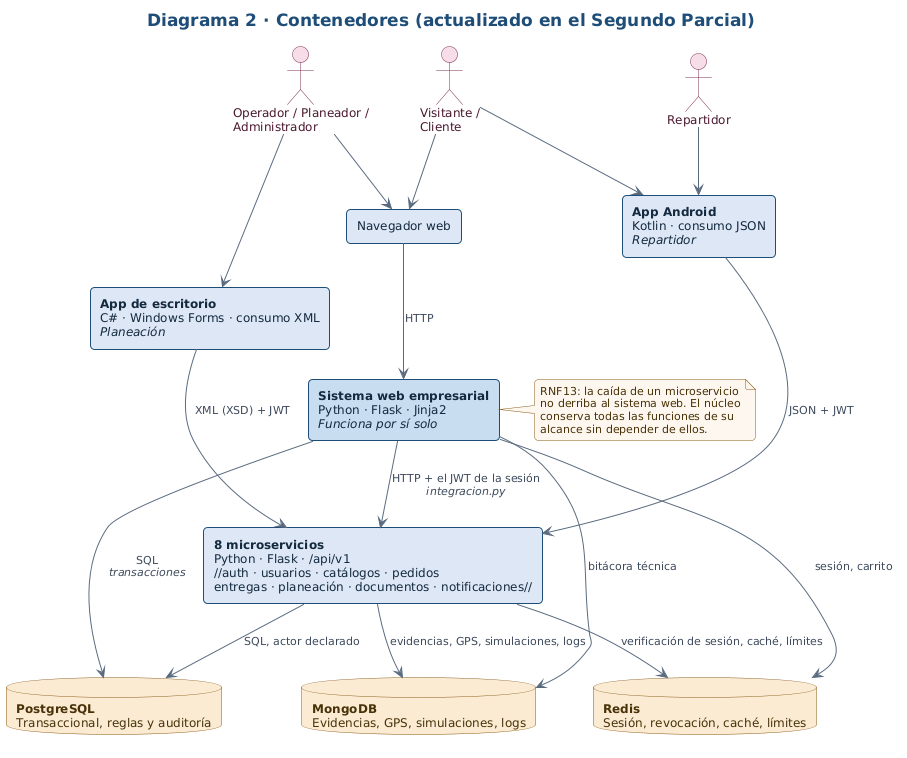
This is bloque_d/diagramas/02_contenedores.png from mauro-castp/proyecto-integracion, a PlantUML export, as it was before one commit.
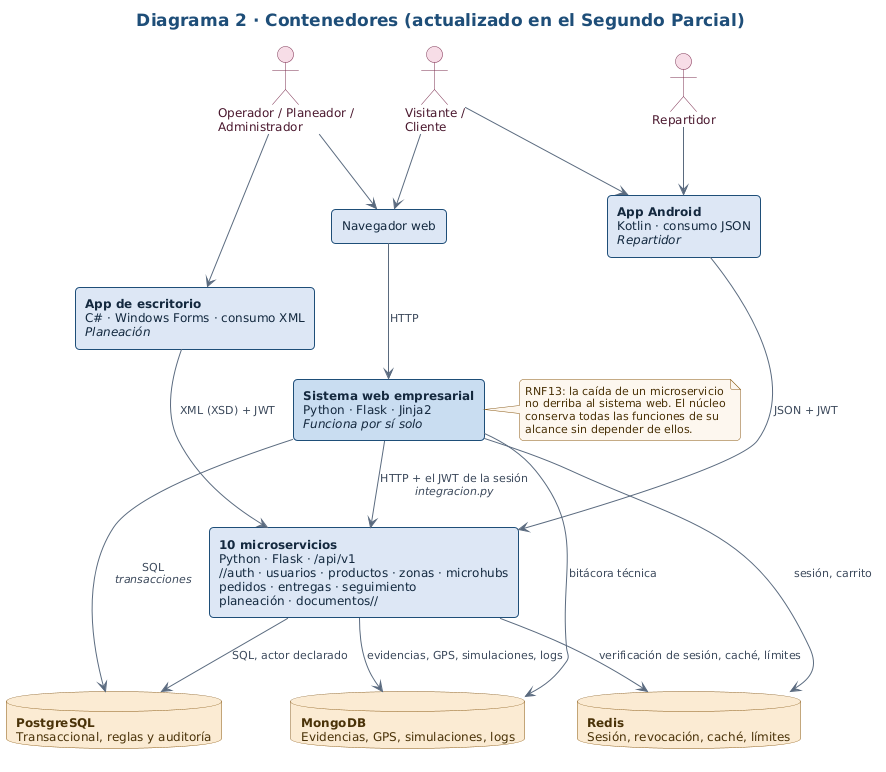
Above is the later version.

What changed in the source:
```diff
@@ -10,7 +10,7 @@
 rectangle "**Sistema web empresarial**\nPython · Flask · Jinja2\n//Funciona por sí solo//" as WEB #C9DCF0
 rectangle "**App Android**\nKotlin · consumo JSON\n//Repartidor//" as AND
 rectangle "**App de escritorio**\nC# · Windows Forms · consumo XML\n//Planeación//" as ESC
-rectangle "**8 microservicios**\nPython · Flask · /api/v1\n//auth · usuarios · catálogos · pedidos\nentregas · planeación · documentos · notificaciones//" as MS
+rectangle "**10 microservicios**\nPython · Flask · /api/v1\n//auth · usuarios · productos · zonas · microhubs\npedidos · entregas · seguimiento\nplaneación · documentos//" as MS
 
 database "**PostgreSQL**\nTransaccional, reglas y auditoría" as PG
 database "**MongoDB**\nEvidencias, GPS, simulaciones, logs" as MG
```
